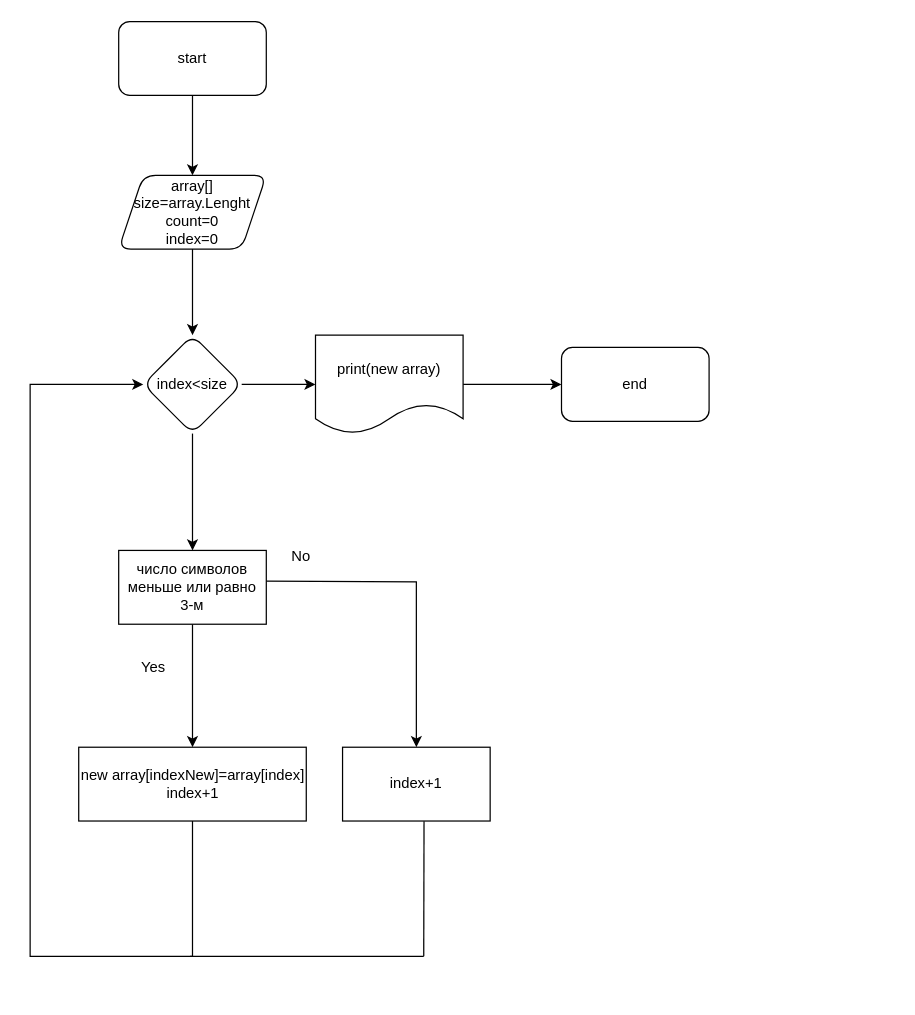
This is block diagram.drawio from SchvetsMihail/FinalWork, a draw.io file, before an edit. Source tidied: cells renumbered, new cells numbered last; positions are measured from the earlier drawing's top-left corner, leaving out a move shared by most shapes. Both pictures are drawn from the tidied source at 123%, with x=0, y=0 at pixel (30, 21).
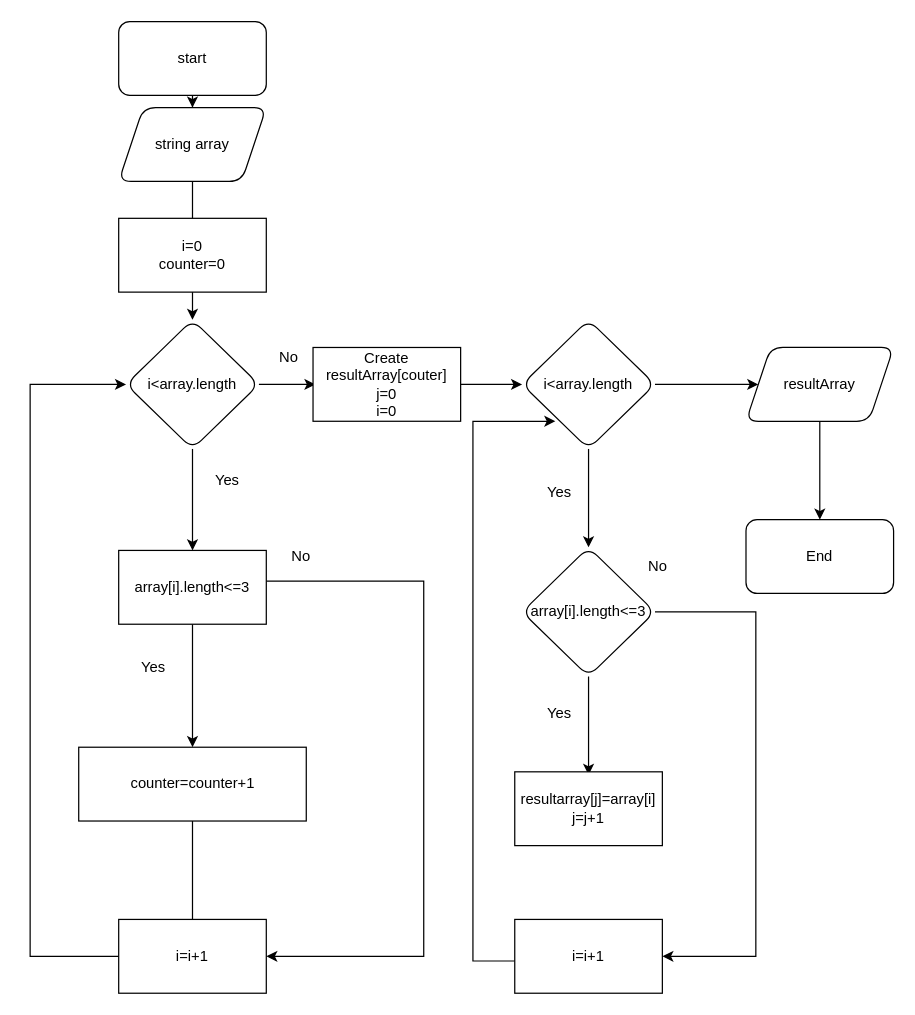
After the change.

Commit message (it also covers changes not shown here):
Корректировка блок-схемы

Diff of the diagram source:
```diff
@@
-    <mxCell id="5" value="array[]&lt;br&gt;size=array.Lenght&lt;br&gt;count=0&lt;br&gt;index=0" style="shape=parallelogram;perimeter=parallelogramPerimeter;whiteSpace=wrap;html=1;fixedSize=1;rounded=1;" parent="1" vertex="1">
-      <mxGeometry x="72" y="125" width="120" height="60" as="geometry" />
+    <mxCell id="5" value="string array" style="shape=parallelogram;perimeter=parallelogramPerimeter;whiteSpace=wrap;html=1;fixedSize=1;rounded=1;" parent="1" vertex="1">
+      <mxGeometry x="72" y="70" width="120" height="60" as="geometry" />
     </mxCell>
-    <mxCell id="6" style="edgeStyle=orthogonalEdgeStyle;rounded=0;jettySize=auto;html=1;" parent="1" edge="1" source="8" target="10">
-      <mxGeometry relative="1" as="geometry" />
+    <mxCell id="6" style="edgeStyle=orthogonalEdgeStyle;rounded=0;jettySize=auto;html=1;" parent="1" edge="1" source="8">
+      <mxGeometry relative="1" as="geometry">
+        <mxPoint x="232" y="295" as="targetPoint" />
+      </mxGeometry>
     </mxCell>
@@
-    <mxCell id="8" value="index&amp;lt;size" style="rhombus;whiteSpace=wrap;html=1;rounded=1;" parent="1" vertex="1">
-      <mxGeometry x="92" y="255" width="80" height="80" as="geometry" />
+    <mxCell id="8" value="i&amp;lt;array.length" style="rhombus;whiteSpace=wrap;html=1;rounded=1;" parent="1" vertex="1">
+      <mxGeometry x="78" y="242.5" width="108" height="105" as="geometry" />
     </mxCell>
-    <mxCell id="9" style="edgeStyle=orthogonalEdgeStyle;rounded=0;jettySize=auto;html=1;" parent="1" edge="1" source="10" target="11">
-      <mxGeometry relative="1" as="geometry" />
-    </mxCell>
-    <mxCell id="10" value="print(new array)" style="shape=document;whiteSpace=wrap;html=1;boundedLbl=1;rounded=1;" parent="1" vertex="1">
-      <mxGeometry x="232" y="255" width="120" height="80" as="geometry" />
-    </mxCell>
-    <mxCell id="11" value="end" style="rounded=1;whiteSpace=wrap;html=1;" parent="1" vertex="1">
-      <mxGeometry x="432" y="265" width="120" height="60" as="geometry" />
-    </mxCell>
-    <mxCell id="12" style="edgeStyle=orthogonalEdgeStyle;rounded=0;jettySize=auto;html=1;" parent="1" edge="1" target="17">
+    <mxCell id="12" style="edgeStyle=orthogonalEdgeStyle;rounded=0;jettySize=auto;html=1;entryX=1;entryY=0.5;entryDx=0;entryDy=0;" parent="1" edge="1" target="26">
       <mxGeometry relative="1" as="geometry">
         <mxPoint x="192" y="455" as="sourcePoint" />
+        <Array as="points">
+          <mxPoint x="320" y="455" />
+          <mxPoint x="320" y="760" />
+        </Array>
       </mxGeometry>
     </mxCell>
@@
-    <mxCell id="14" value="new array[indexNew]=array[index]&lt;br&gt;index+1" style="whiteSpace=wrap;html=1;rounded=0;" parent="1" vertex="1">
+    <mxCell id="14" value="counter=counter+1" style="whiteSpace=wrap;html=1;rounded=0;" parent="1" vertex="1">
       <mxGeometry x="39.5" y="590" width="185" height="60" as="geometry" />
     </mxCell>
@@
-    <mxCell id="16" value="число символов меньше или равно 3-м" style="whiteSpace=wrap;html=1;rounded=0;" parent="1" vertex="1">
+    <mxCell id="16" value="array[i].length&amp;lt;=3" style="whiteSpace=wrap;html=1;rounded=0;" parent="1" vertex="1">
       <mxGeometry x="72" y="430" width="120" height="60" as="geometry" />
     </mxCell>
-    <mxCell id="17" value="index+1" style="whiteSpace=wrap;html=1;rounded=0;" parent="1" vertex="1">
-      <mxGeometry x="254" y="590" width="120" height="60" as="geometry" />
-    </mxCell>
@@
-    <mxCell id="20" style="endArrow=none;html=1;rounded=0;" parent="1" edge="1">
-      <mxGeometry relative="1" as="geometry">
-        <mxPoint x="130" y="760" as="sourcePoint" />
-        <mxPoint x="320" y="760" as="targetPoint" />
-      </mxGeometry>
-    </mxCell>
-    <mxCell id="21" style="endArrow=none;html=1;rounded=0;exitX=0.552;exitY=1.003;exitDx=0;exitDy=0;exitPerimeter=0;" parent="1" edge="1" source="17">
-      <mxGeometry relative="1" as="geometry">
-        <mxPoint x="320" y="760" as="targetPoint" />
-      </mxGeometry>
-    </mxCell>
+    <mxCell id="22" value="i=0&lt;div&gt;counter=0&lt;/div&gt;" style="rounded=0;whiteSpace=wrap;html=1;" parent="1" vertex="1">
+      <mxGeometry x="72" y="160" width="120" height="60" as="geometry" />
+    </mxCell>
+    <mxCell id="23" value="No" style="text;html=1;align=center;verticalAlign=middle;strokeColor=none;fillColor=none;" parent="1" vertex="1">
+      <mxGeometry x="190" y="258" width="40" height="30" as="geometry" />
+    </mxCell>
+    <mxCell id="24" value="Yes" style="text;html=1;align=center;verticalAlign=middle;strokeColor=none;fillColor=none;" parent="1" vertex="1">
+      <mxGeometry x="140" y="358" width="40" height="30" as="geometry" />
+    </mxCell>
+    <mxCell id="25" style="endArrow=none;html=1;rounded=0;" parent="1" edge="1" target="26">
+      <mxGeometry relative="1" as="geometry">
+        <mxPoint x="130" y="760" as="sourcePoint" />
+      </mxGeometry>
+    </mxCell>
+    <mxCell id="26" value="i=i+1" style="rounded=0;whiteSpace=wrap;html=1;" parent="1" vertex="1">
+      <mxGeometry x="72" y="730" width="120" height="60" as="geometry" />
+    </mxCell>
+    <mxCell id="27" style="edgeStyle=orthogonalEdgeStyle;rounded=0;jettySize=auto;html=1;" parent="1" edge="1" source="28" target="31">
+      <mxGeometry relative="1" as="geometry" />
+    </mxCell>
+    <mxCell id="28" value="Create resultArray[couter]&lt;div&gt;j=0&lt;/div&gt;&lt;div&gt;i=0&lt;/div&gt;" style="rounded=0;whiteSpace=wrap;html=1;" parent="1" vertex="1">
+      <mxGeometry x="230" y="265" width="120" height="60" as="geometry" />
+    </mxCell>
+    <mxCell id="29" style="edgeStyle=orthogonalEdgeStyle;rounded=0;jettySize=auto;html=1;" parent="1" edge="1" source="31" target="33">
+      <mxGeometry relative="1" as="geometry" />
+    </mxCell>
+    <mxCell id="30" style="edgeStyle=orthogonalEdgeStyle;rounded=0;jettySize=auto;html=1;" parent="1" edge="1" source="31" target="42">
+      <mxGeometry relative="1" as="geometry" />
+    </mxCell>
+    <mxCell id="31" value="i&amp;lt;array.length" style="rhombus;whiteSpace=wrap;html=1;rounded=1;" parent="1" vertex="1">
+      <mxGeometry x="400" y="242.5" width="108" height="105" as="geometry" />
+    </mxCell>
+    <mxCell id="32" style="edgeStyle=orthogonalEdgeStyle;rounded=0;jettySize=auto;html=1;" parent="1" edge="1" source="33">
+      <mxGeometry relative="1" as="geometry">
+        <mxPoint x="454" y="612.5" as="targetPoint" />
+      </mxGeometry>
+    </mxCell>
+    <mxCell id="33" value="array[i].length&amp;lt;=3" style="rhombus;whiteSpace=wrap;html=1;rounded=1;" parent="1" vertex="1">
+      <mxGeometry x="400" y="427.5" width="108" height="105" as="geometry" />
+    </mxCell>
+    <mxCell id="34" value="resultarray[j]=array[i]&lt;div&gt;j=j+1&lt;/div&gt;" style="rounded=0;whiteSpace=wrap;html=1;" parent="1" vertex="1">
+      <mxGeometry x="394" y="610" width="120" height="60" as="geometry" />
+    </mxCell>
+    <mxCell id="35" value="Yes" style="text;html=1;align=center;verticalAlign=middle;strokeColor=none;fillColor=none;" parent="1" vertex="1">
+      <mxGeometry x="410" y="368" width="40" height="30" as="geometry" />
+    </mxCell>
+    <mxCell id="36" value="Yes" style="text;html=1;align=center;verticalAlign=middle;strokeColor=none;fillColor=none;" parent="1" vertex="1">
+      <mxGeometry x="410" y="548" width="40" height="30" as="geometry" />
+    </mxCell>
+    <mxCell id="37" style="edgeStyle=orthogonalEdgeStyle;rounded=0;jettySize=auto;html=1;" parent="1" edge="1" source="33" target="39">
+      <mxGeometry relative="1" as="geometry">
+        <Array as="points">
+          <mxPoint x="590" y="480" />
+          <mxPoint x="590" y="760" />
+        </Array>
+      </mxGeometry>
+    </mxCell>
+    <mxCell id="38" style="edgeStyle=orthogonalEdgeStyle;rounded=0;orthogonalLoop=1;jettySize=auto;html=1;entryX=0;entryY=1;entryDx=0;entryDy=0;" parent="1" edge="1">
+      <mxGeometry relative="1" as="geometry">
+        <mxPoint x="394" y="763.8" as="sourcePoint" />
+        <mxPoint x="427" y="325" as="targetPoint" />
+        <Array as="points">
+          <mxPoint x="360" y="764" />
+          <mxPoint x="360" y="325" />
+        </Array>
+      </mxGeometry>
+    </mxCell>
+    <mxCell id="39" value="i=i+1" style="rounded=0;whiteSpace=wrap;html=1;" parent="1" vertex="1">
+      <mxGeometry x="394" y="730" width="120" height="60" as="geometry" />
+    </mxCell>
+    <mxCell id="40" value="No" style="text;html=1;align=center;verticalAlign=middle;strokeColor=none;fillColor=none;" parent="1" vertex="1">
+      <mxGeometry x="490" y="428" width="40" height="30" as="geometry" />
+    </mxCell>
+    <mxCell id="41" style="edgeStyle=orthogonalEdgeStyle;rounded=0;jettySize=auto;html=1;" parent="1" edge="1" source="42" target="43">
+      <mxGeometry relative="1" as="geometry" />
+    </mxCell>
+    <mxCell id="42" value="resultArray" style="shape=parallelogram;perimeter=parallelogramPerimeter;whiteSpace=wrap;html=1;fixedSize=1;rounded=1;" parent="1" vertex="1">
+      <mxGeometry x="582" y="265" width="120" height="60" as="geometry" />
+    </mxCell>
+    <mxCell id="43" value="End" style="whiteSpace=wrap;html=1;rounded=1;" parent="1" vertex="1">
+      <mxGeometry x="582" y="405" width="120" height="60" as="geometry" />
+    </mxCell>
```
